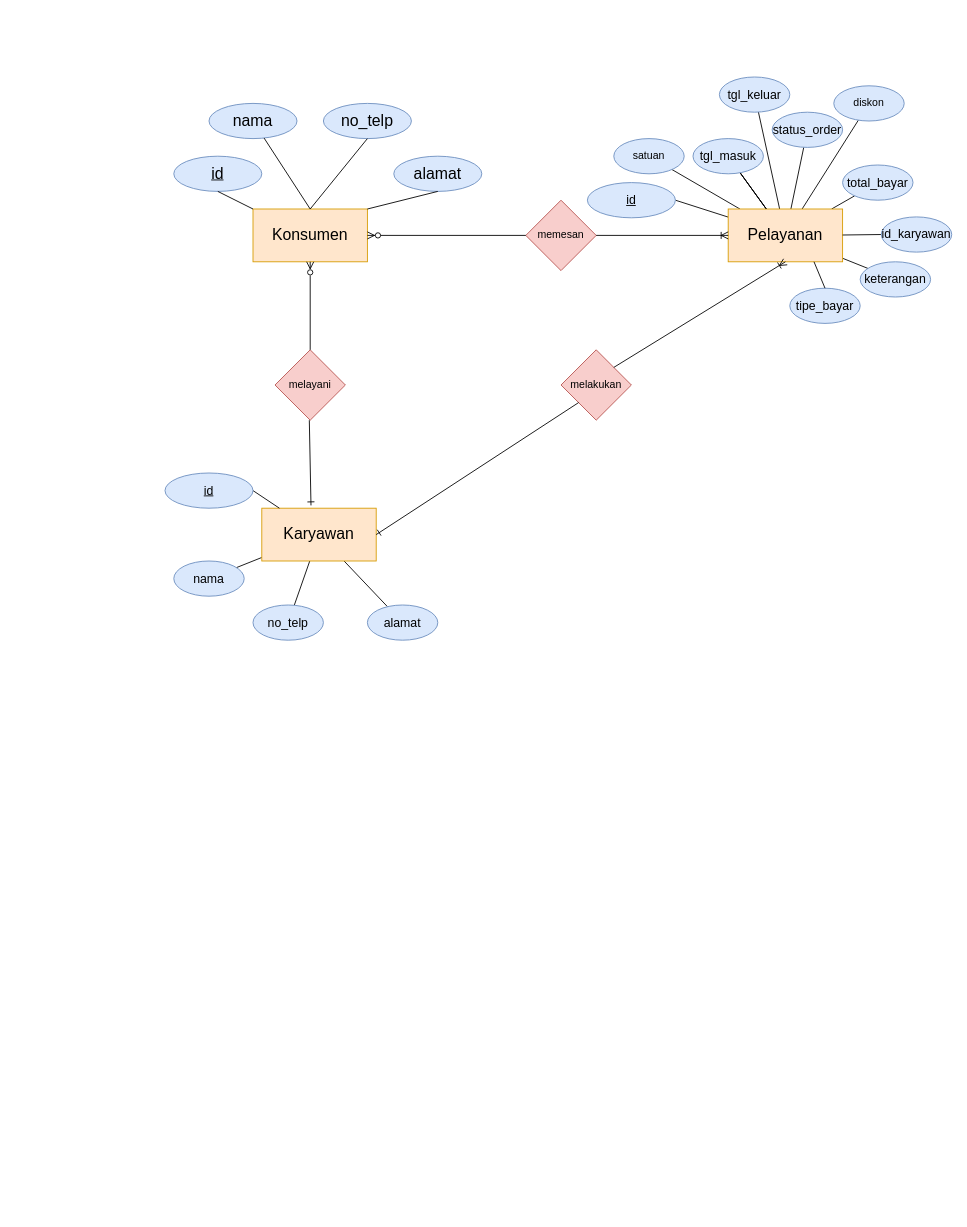
Before: page "ERD" (1 of 4) of Desain Ujikom.drawio in alditasptnsr/ujikom_aldita, a draw.io diagram. Source tidied: cells renumbered, new cells numbered last; positions are measured from the earlier drawing's top-left corner, leaving out a move shared by most shapes. Both pictures are drawn from the tidied source at 88%, with x=0, y=0 at pixel (165, 77).
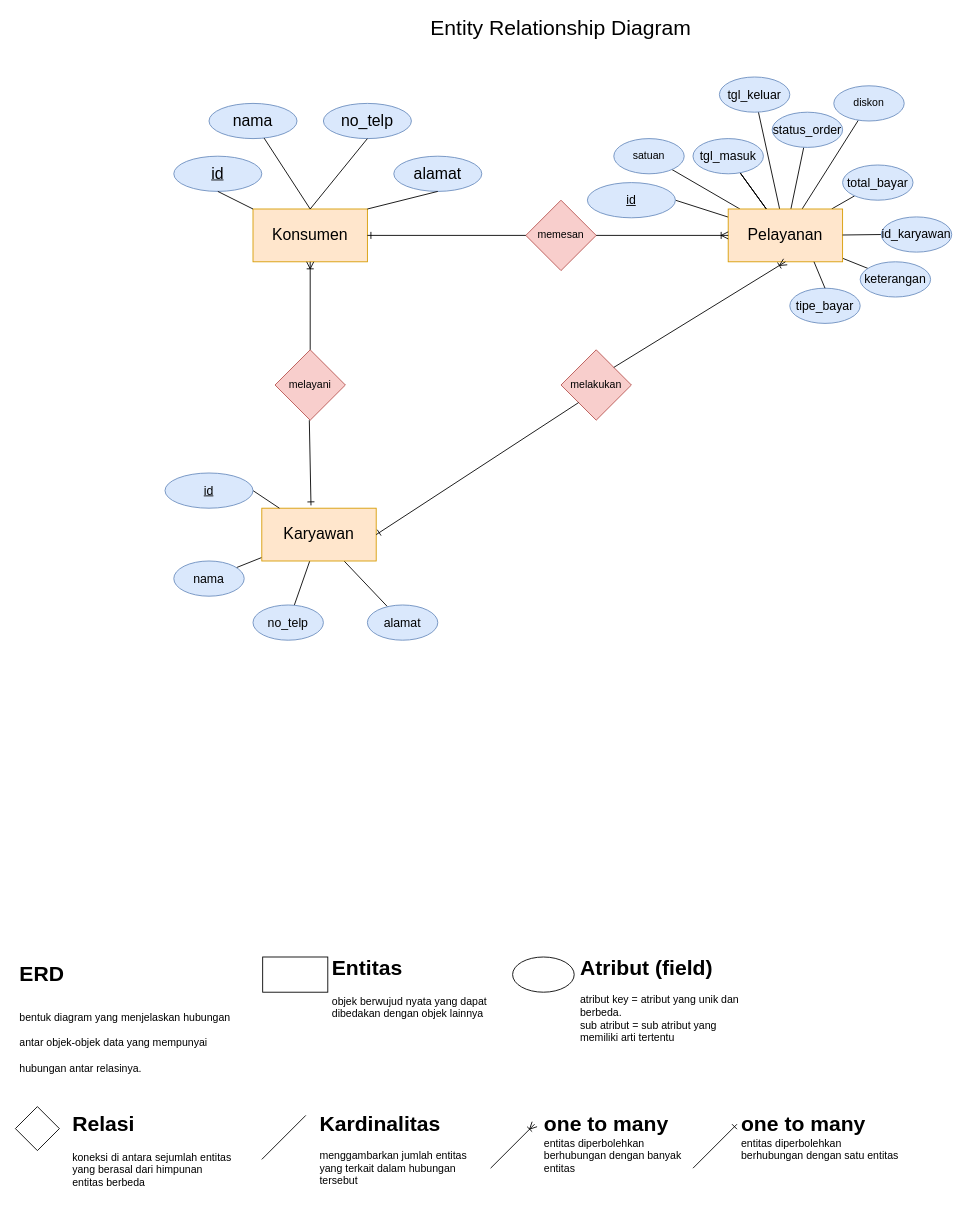
The same diagram, later.

Unchanged cells that the change refers to:
```xml
<mxCell id="2" value="&lt;font style=&quot;font-size: 18px;&quot;&gt;Konsumen&lt;/font&gt;" style="whiteSpace=wrap;html=1;align=center;fillColor=#ffe6cc;strokeColor=#d79b00;" parent="1" vertex="1">
  <mxGeometry x="100" y="150" width="130" height="60" as="geometry" />
</mxCell>
<mxCell id="18" value="memesan" style="rhombus;whiteSpace=wrap;html=1;fillColor=#f8cecc;strokeColor=#b85450;" parent="1" vertex="1">
  <mxGeometry x="410" y="140" width="80" height="80" as="geometry" />
</mxCell>
```

What changed in the source:
```diff
@@
-    <mxCell id="20" style="fontSize=12;html=1;endArrow=ERzeroToMany;endFill=0;rounded=0;" parent="1" edge="1">
+    <mxCell id="20" style="fontSize=12;html=1;endArrow=ERoneToMany;endFill=0;rounded=0;" parent="1" edge="1">
       <mxGeometry relative="1" as="geometry">
         <mxPoint x="165" y="310" as="sourcePoint" />
         <mxPoint x="165" y="210" as="targetPoint" />
       </mxGeometry>
     </mxCell>
@@
-    <mxCell id="25" style="fontSize=12;html=1;endArrow=ERzeroToMany;endFill=1;rounded=0;entryX=1;entryY=0.5;entryDx=0;entryDy=0;exitX=0;exitY=0.5;exitDx=0;exitDy=0;" parent="1" edge="1" source="18" target="2">
+    <mxCell id="25" style="fontSize=12;html=1;endArrow=ERone;endFill=0;rounded=0;entryX=1;entryY=0.5;entryDx=0;entryDy=0;exitX=0;exitY=0.5;exitDx=0;exitDy=0;" parent="1" edge="1" source="18" target="2">
       <mxGeometry relative="1" as="geometry" />
     </mxCell>
@@
+    <mxCell id="53" style="rounded=0;whiteSpace=wrap;html=1;" parent="1" vertex="1">
+      <mxGeometry x="111" y="1000" width="74" height="40" as="geometry" />
+    </mxCell>
+    <mxCell id="54" value="&lt;h1&gt;&lt;span style=&quot;background-color: initial;&quot;&gt;Entitas&lt;/span&gt;&lt;/h1&gt;objek berwujud nyata yang dapat dibedakan dengan objek lainnya" style="text;html=1;strokeColor=none;fillColor=none;spacing=5;spacingTop=-20;whiteSpace=wrap;overflow=hidden;rounded=0;" parent="1" vertex="1">
+      <mxGeometry x="185" y="993" width="190" height="120" as="geometry" />
+    </mxCell>
+    <mxCell id="55" value="&lt;font style=&quot;font-size: 24px;&quot;&gt;Entity Relationship Diagram&lt;/font&gt;" style="text;html=1;strokeColor=none;fillColor=none;align=center;verticalAlign=middle;whiteSpace=wrap;rounded=0;" parent="1" vertex="1">
+      <mxGeometry x="275" y="-70" width="350" height="30" as="geometry" />
+    </mxCell>
+    <mxCell id="56" value="&lt;h1&gt;&lt;span style=&quot;background-color: initial;&quot;&gt;ERD&lt;/span&gt;&lt;/h1&gt;&lt;h1&gt;&lt;span style=&quot;background-color: initial;&quot;&gt;&lt;span style=&quot;font-size: 12px; font-weight: 400;&quot;&gt;bentuk diagram yang menjelaskan hubungan antar objek-objek data yang mempunyai hubungan antar relasiny&lt;/span&gt;&lt;span style=&quot;font-size: 12px; font-weight: normal;&quot;&gt;a.&lt;/span&gt;&lt;/span&gt;&lt;br&gt;&lt;/h1&gt;" style="text;html=1;strokeColor=none;fillColor=none;spacing=5;spacingTop=-20;whiteSpace=wrap;overflow=hidden;rounded=0;" parent="1" vertex="1">
+      <mxGeometry x="-170" y="1000" width="265" height="140" as="geometry" />
+    </mxCell>
+    <mxCell id="57" style="ellipse;whiteSpace=wrap;html=1;" parent="1" vertex="1">
+      <mxGeometry x="395" y="1000" width="70" height="40" as="geometry" />
+    </mxCell>
+    <mxCell id="58" value="&lt;h1&gt;&lt;/h1&gt;&lt;span style=&quot;font-size: 24px;&quot;&gt;&lt;b&gt;Atribut (field)&lt;br&gt;&lt;/b&gt;&lt;/span&gt;&lt;br&gt;atribut key = atribut yang unik dan berbeda.&lt;br&gt;sub atribut =&amp;nbsp;sub atribut yang memiliki arti tertentu" style="text;html=1;strokeColor=none;fillColor=none;spacing=5;spacingTop=-20;whiteSpace=wrap;overflow=hidden;rounded=0;" parent="1" vertex="1">
+      <mxGeometry x="467" y="993" width="190" height="120" as="geometry" />
+    </mxCell>
+    <mxCell id="59" style="endArrow=none;html=1;rounded=0;" parent="1" edge="1">
+      <mxGeometry relative="1" as="geometry">
+        <mxPoint x="110" y="1230" as="sourcePoint" />
+        <mxPoint x="160" y="1180" as="targetPoint" />
+      </mxGeometry>
+    </mxCell>
+    <mxCell id="60" value="&lt;h1&gt;&lt;span style=&quot;background-color: initial;&quot;&gt;Relasi&lt;/span&gt;&lt;/h1&gt;koneksi di antara sejumlah entitas yang berasal dari himpunan entitas berbeda" style="text;html=1;strokeColor=none;fillColor=none;spacing=5;spacingTop=-20;whiteSpace=wrap;overflow=hidden;rounded=0;" parent="1" vertex="1">
+      <mxGeometry x="-110" y="1170" width="190" height="120" as="geometry" />
+    </mxCell>
+    <mxCell id="61" style="rhombus;whiteSpace=wrap;html=1;" parent="1" vertex="1">
+      <mxGeometry x="-170" y="1170" width="50" height="50" as="geometry" />
+    </mxCell>
+    <mxCell id="62" value="&lt;h1&gt;&lt;/h1&gt;&lt;span style=&quot;font-size: 24px;&quot;&gt;&lt;b&gt;Kardinalitas&lt;br&gt;&lt;/b&gt;&lt;/span&gt;&lt;br&gt;menggambarkan jumlah entitas yang terkait dalam hubungan tersebut" style="text;html=1;strokeColor=none;fillColor=none;spacing=5;spacingTop=-20;whiteSpace=wrap;overflow=hidden;rounded=0;" parent="1" vertex="1">
+      <mxGeometry x="171" y="1170" width="190" height="120" as="geometry" />
+    </mxCell>
+    <mxCell id="63" style="endArrow=ERoneToMany;html=1;rounded=0;endFill=0;" parent="1" edge="1">
+      <mxGeometry relative="1" as="geometry">
+        <mxPoint x="370" y="1240" as="sourcePoint" />
+        <mxPoint x="420" y="1190" as="targetPoint" />
+      </mxGeometry>
+    </mxCell>
+    <mxCell id="64" value="&lt;h1&gt;&lt;/h1&gt;&lt;span style=&quot;font-size: 24px;&quot;&gt;&lt;b&gt;one to many&lt;/b&gt;&lt;/span&gt;&lt;br&gt;entitas diperbolehkan berhubungan dengan banyak entitas" style="text;html=1;strokeColor=none;fillColor=none;spacing=5;spacingTop=-20;whiteSpace=wrap;overflow=hidden;rounded=0;" parent="1" vertex="1">
+      <mxGeometry x="426" y="1170" width="190" height="120" as="geometry" />
+    </mxCell>
+    <mxCell id="65" value="&lt;h1&gt;&lt;/h1&gt;&lt;span style=&quot;font-size: 24px;&quot;&gt;&lt;b&gt;one to many&lt;/b&gt;&lt;/span&gt;&lt;br&gt;entitas diperbolehkan berhubungan dengan satu entitas" style="text;html=1;strokeColor=none;fillColor=none;spacing=5;spacingTop=-20;whiteSpace=wrap;overflow=hidden;rounded=0;" parent="1" vertex="1">
+      <mxGeometry x="650" y="1170" width="190" height="120" as="geometry" />
+    </mxCell>
+    <mxCell id="66" style="endArrow=ERone;html=1;rounded=0;endFill=0;" parent="1" edge="1">
+      <mxGeometry relative="1" as="geometry">
+        <mxPoint x="600" y="1240" as="sourcePoint" />
+        <mxPoint x="650" y="1190" as="targetPoint" />
+      </mxGeometry>
+    </mxCell>
```
